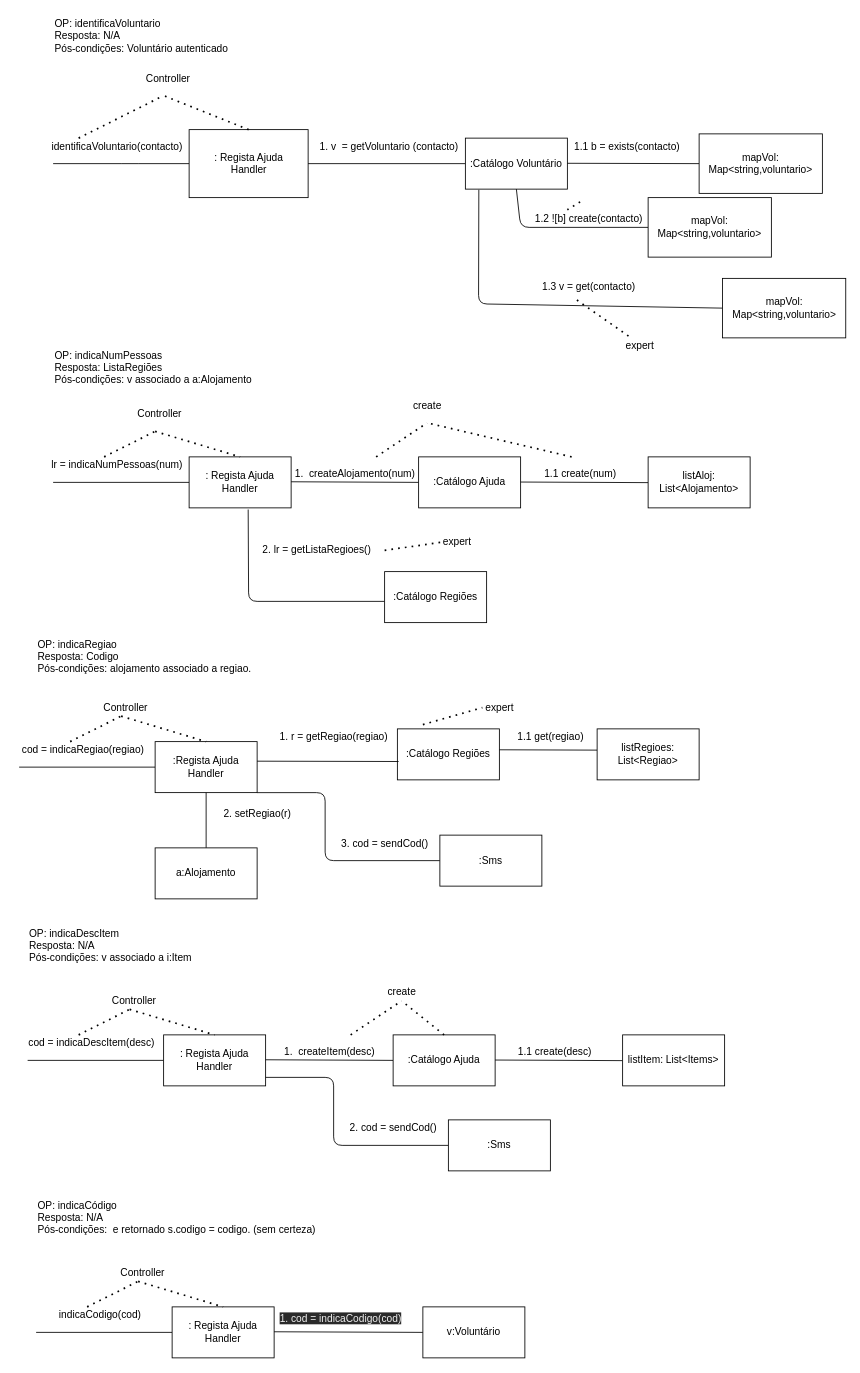
The draw.io diagram ex1/MMdiagramainteracao.drawio in RuiMartins05/DCO, before the edit. Source tidied: cells renumbered, new cells numbered last; positions are measured from the earlier drawing's top-left corner, leaving out a move shared by most shapes. Both pictures are drawn from the tidied source at 85%, with x=0, y=0 at pixel (14, 14).
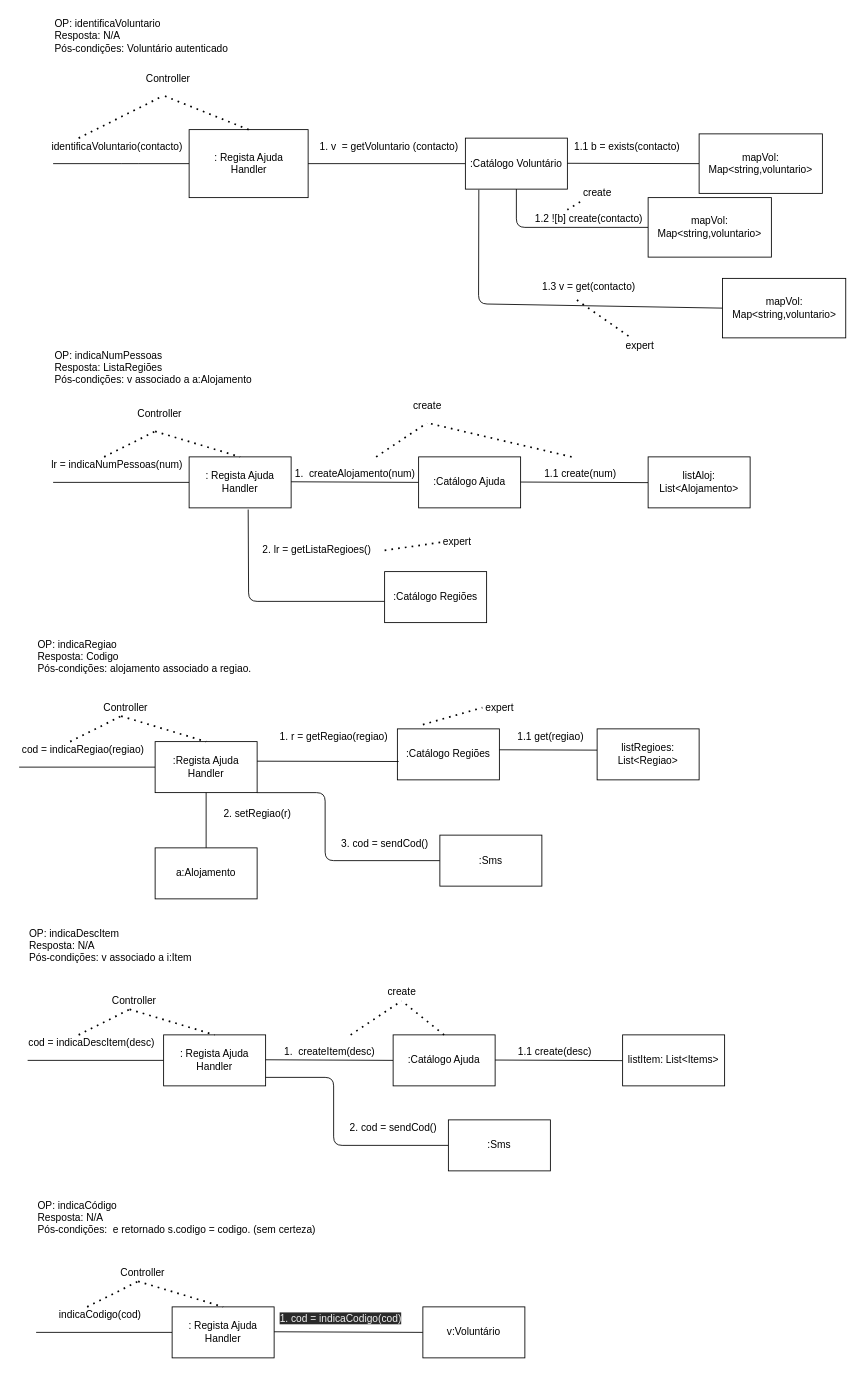
The same page after the edit.

Unchanged cells that the change refers to:
```xml
<mxCell id="9" value=":Catálogo Voluntário" style="rounded=0;whiteSpace=wrap;html=1;" parent="1" vertex="1">
  <mxGeometry x="530" y="145" width="120" height="60" as="geometry" />
</mxCell>
<mxCell id="89" value="mapVol: Map&amp;lt;string,voluntario&amp;gt;" style="rounded=0;whiteSpace=wrap;html=1;" parent="1" vertex="1">
  <mxGeometry x="745" y="215" width="145" height="70" as="geometry" />
</mxCell>
```

The edit, as a diff of the source:
```diff
@@
     <mxCell id="88" style="endArrow=none;html=1;entryX=0.5;entryY=1;entryDx=0;entryDy=0;exitX=0;exitY=0.5;exitDx=0;exitDy=0;" parent="1" edge="1" source="89" target="9">
       <mxGeometry relative="1" as="geometry">
         <Array as="points">
-          <mxPoint x="595" y="250" />
+          <mxPoint x="590" y="250" />
         </Array>
       </mxGeometry>
     </mxCell>
@@
+    <mxCell id="96" value="create" style="text;html=1;align=center;verticalAlign=middle;strokeColor=none;fillColor=none;" parent="1" vertex="1">
+      <mxGeometry x="660" y="200" width="50" height="20" as="geometry" />
+    </mxCell>
```
